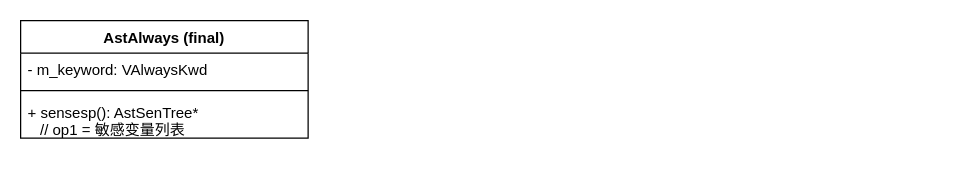
Dercury/CLDK keeps this draw.io diagram as verilator_digrams/AstAlways.drawio. Above is the earlier version. Source tidied: cells renumbered, new cells numbered last; positions are measured from the earlier drawing's top-left corner, leaving out a move shared by most shapes. Both pictures are drawn from the tidied source at 125%, with x=0, y=0 at pixel (20, 20).
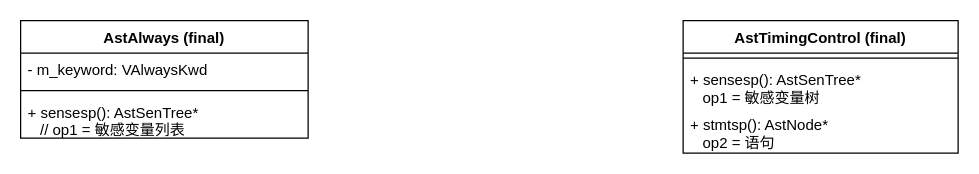
After the change.

Diff of the diagram source:
```diff
@@
 <mxGraphModel>
   <root>
     <mxCell id="0" />
     <mxCell id="1" parent="0" />
     <mxCell id="2" value="AstAlways (final)" style="swimlane;fontStyle=1;align=center;verticalAlign=top;horizontal=1;startSize=26;" parent="1" vertex="1">
       <mxGeometry width="230" height="94" as="geometry" />
     </mxCell>
     <mxCell id="3" value="- m_keyword: VAlwaysKwd" style="text;strokeColor=none;fillColor=none;align=left;verticalAlign=top;spacingLeft=4;spacingRight=4;overflow=hidden;" parent="2" vertex="1">
       <mxGeometry y="26" width="230" height="26" as="geometry" />
     </mxCell>
     <mxCell id="4" style="line;strokeWidth=1;fillColor=none;align=left;verticalAlign=middle;spacingTop=-1;spacingLeft=3;spacingRight=3;labelPosition=right;" parent="2" vertex="1">
       <mxGeometry y="52" width="230" height="8" as="geometry" />
     </mxCell>
     <mxCell id="5" value="+ sensesp(): AstSenTree*&#10;   // op1 = 敏感变量列表" style="text;strokeColor=none;fillColor=none;align=left;verticalAlign=top;spacingLeft=4;spacingRight=4;overflow=hidden;" parent="2" vertex="1">
       <mxGeometry y="60" width="230" height="34" as="geometry" />
     </mxCell>
+    <mxCell id="6" value="AstTimingControl (final)" style="swimlane;fontStyle=1;align=center;verticalAlign=top;horizontal=1;startSize=26;" parent="1" vertex="1">
+      <mxGeometry x="530" width="220" height="106" as="geometry" />
+    </mxCell>
+    <mxCell id="7" style="line;strokeWidth=1;fillColor=none;align=left;verticalAlign=middle;spacingTop=-1;spacingLeft=3;spacingRight=3;labelPosition=right;" parent="6" vertex="1">
+      <mxGeometry y="26" width="220" height="8" as="geometry" />
+    </mxCell>
+    <mxCell id="8" value="+ sensesp(): AstSenTree*&#10;   op1 = 敏感变量树" style="text;strokeColor=none;fillColor=none;align=left;verticalAlign=top;spacingLeft=4;spacingRight=4;overflow=hidden;" parent="6" vertex="1">
+      <mxGeometry y="34" width="220" height="36" as="geometry" />
+    </mxCell>
+    <mxCell id="9" value="+ stmtsp(): AstNode*&#10;   op2 = 语句" style="text;strokeColor=none;fillColor=none;align=left;verticalAlign=top;spacingLeft=4;spacingRight=4;overflow=hidden;" parent="6" vertex="1">
+      <mxGeometry y="70" width="220" height="36" as="geometry" />
+    </mxCell>
   </root>
 </mxGraphModel>
```
